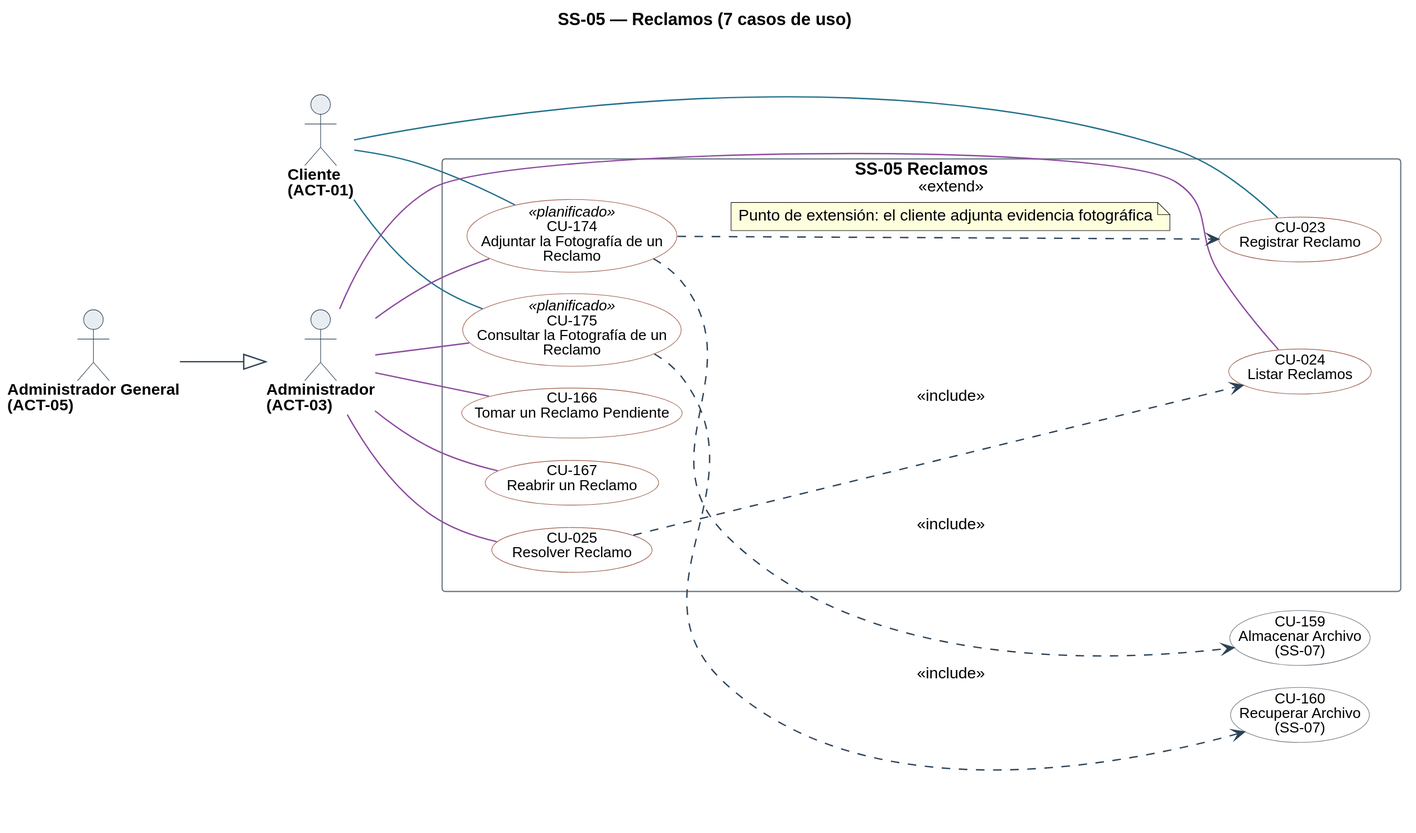
This is diagramas/uml/CU_SS-05_Reclamos.svg from Nahuelito-Dev/splg-docs, a PlantUML export, as it was before one commit.
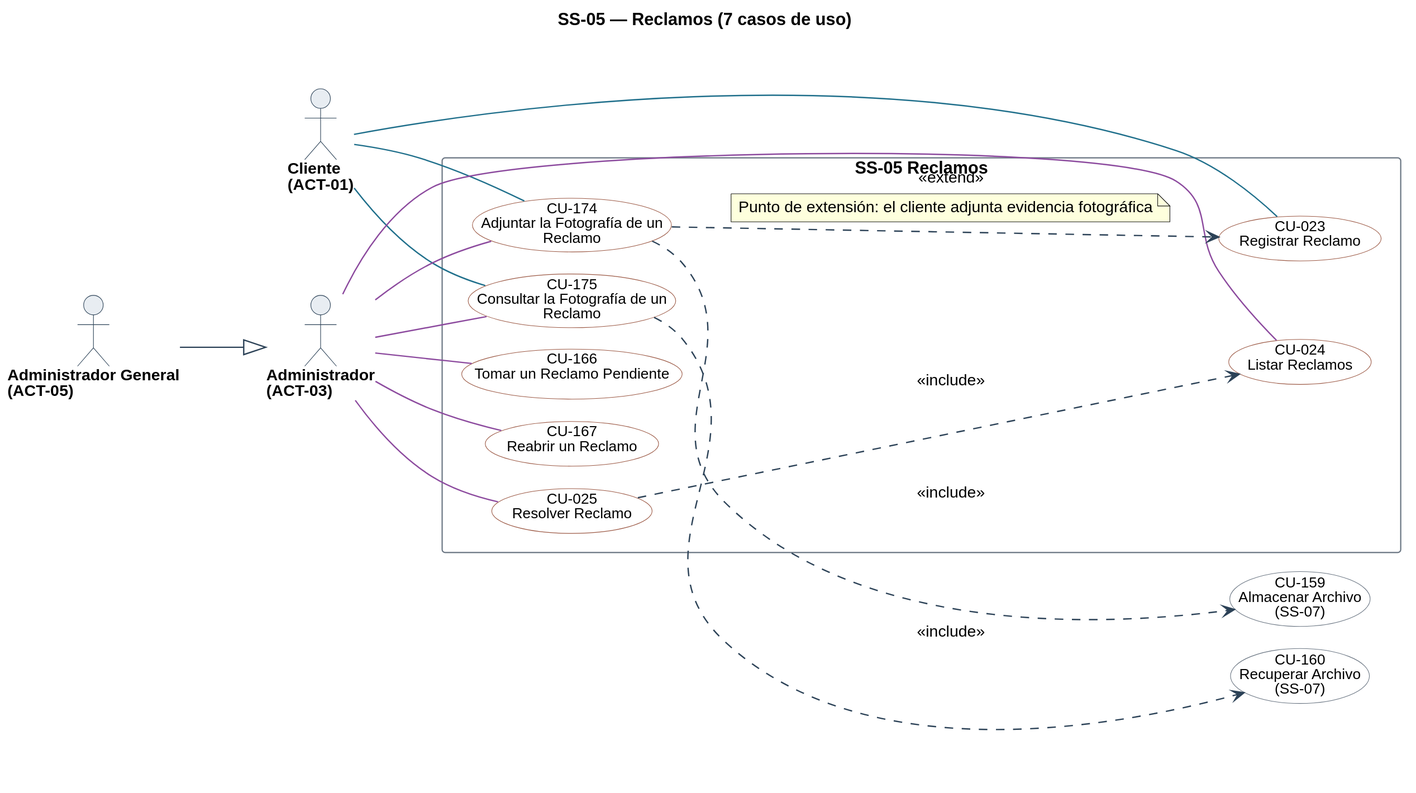
The same diagram one commit later.

What changed in the source:
```diff
@@ -44,8 +44,8 @@
   usecase "CU-025\nResolver Reclamo" as U025 #back:FFFFFF;line:9C5A46
   usecase "CU-166\nTomar un Reclamo Pendiente" as U166 #back:FFFFFF;line:9C5A46
   usecase "CU-167\nReabrir un Reclamo" as U167 #back:FFFFFF;line:9C5A46
-  usecase "CU-174\nAdjuntar la Fotografía de un\nReclamo" as U174 <<planificado>> #back:FFFFFF;line:9C5A46
-  usecase "CU-175\nConsultar la Fotografía de un\nReclamo" as U175 <<planificado>> #back:FFFFFF;line:9C5A46
+  usecase "CU-174\nAdjuntar la Fotografía de un\nReclamo" as U174 #back:FFFFFF;line:9C5A46
+  usecase "CU-175\nConsultar la Fotografía de un\nReclamo" as U175 #back:FFFFFF;line:9C5A46
 }
 
 usecase "CU-159\nAlmacenar Archivo\n(SS-07)" as U159 #back:FFFFFF;line:6B7683
```
